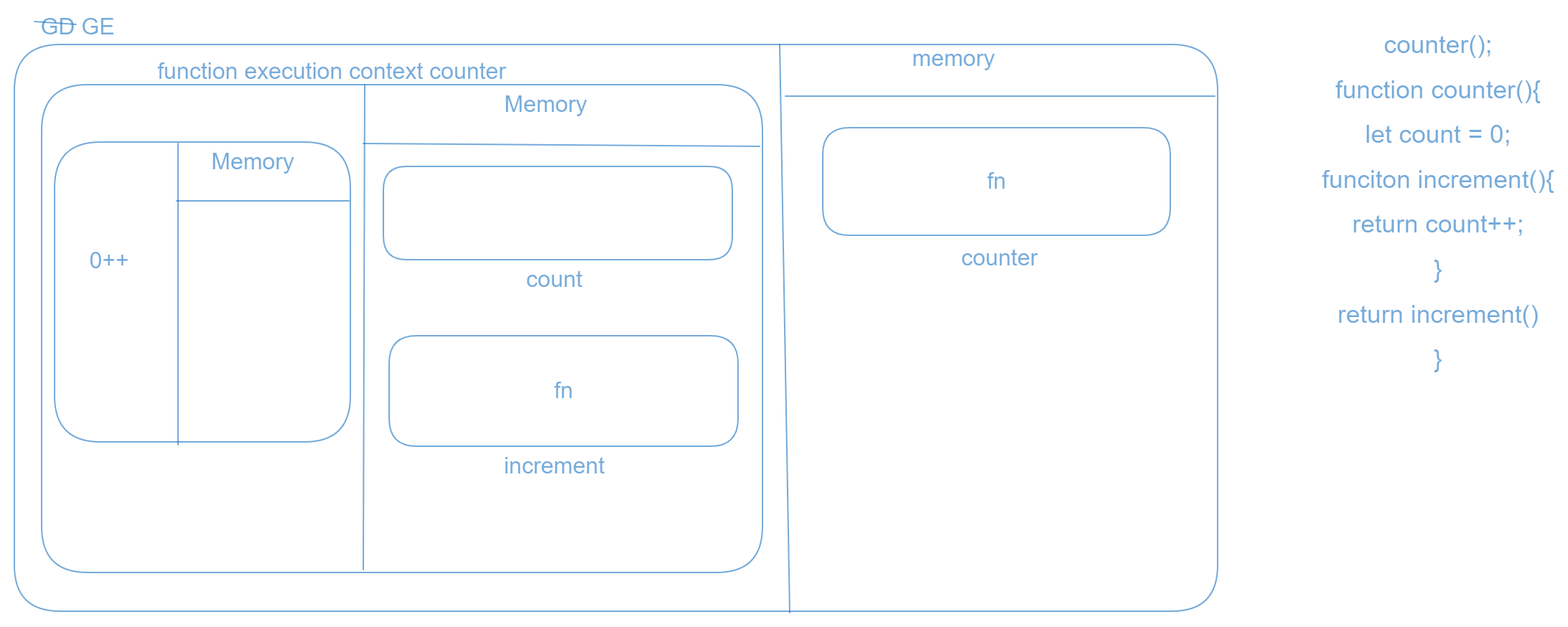
Earlier version of the Excalidraw export block-BJaags/img/hosting 44.png (D804/TA-JS-scope-and-closure-TJaaal). Source tidied: one line per element, renumbered; positions are measured from the earlier drawing's top-left corner, leaving out a move shared by most shapes.
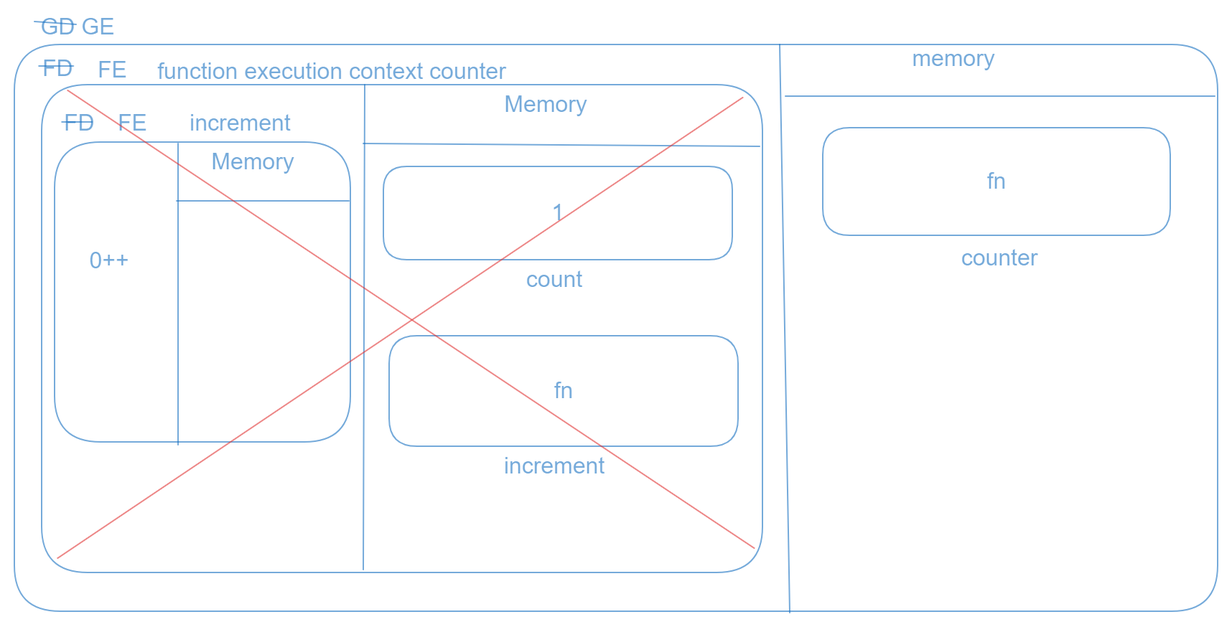
After the commit.

Commit message:
update scope and hosting

Change to the diagram source:
```diff
@@ -1,11 +1,3 @@
-{"id": 0, "type": "text", "text": "counter();", "strokeColor": "#1971c2", "strokeWidth": 1, "roughness": 0, "opacity": 60, "fontSize": 17.64, "fontFamily": 2, "textAlign": "center", "x": 954, "y": 11, "width": 75, "height": 20}
-{"id": 1, "type": "text", "text": "function counter(){", "strokeColor": "#1971c2", "strokeWidth": 1, "roughness": 0, "opacity": 60, "fontSize": 17.64, "fontFamily": 2, "textAlign": "center", "x": 920, "y": 42, "width": 143, "height": 20}
-{"id": 2, "type": "text", "text": "let count = 0;", "strokeColor": "#1971c2", "strokeWidth": 1, "roughness": 0, "opacity": 60, "fontSize": 17.64, "fontFamily": 2, "textAlign": "center", "x": 941, "y": 74, "width": 101, "height": 20}
-{"id": 3, "type": "text", "text": "funciton increment(){", "strokeColor": "#1971c2", "strokeWidth": 1, "roughness": 0, "opacity": 60, "fontSize": 17.64, "fontFamily": 2, "textAlign": "center", "x": 911, "y": 105, "width": 162, "height": 20}
-{"id": 4, "type": "text", "text": "return count++;", "strokeColor": "#1971c2", "strokeWidth": 1, "roughness": 0, "opacity": 60, "fontSize": 17.64, "fontFamily": 2, "textAlign": "center", "x": 932, "y": 136, "width": 120, "height": 20}
-{"id": 5, "type": "text", "text": "}", "strokeColor": "#1971c2", "strokeWidth": 1, "roughness": 0, "opacity": 60, "fontSize": 17.64, "fontFamily": 2, "textAlign": "center", "x": 989, "y": 168, "width": 6, "height": 20}
-{"id": 6, "type": "text", "text": "return increment()", "strokeColor": "#1971c2", "strokeWidth": 1, "roughness": 0, "opacity": 60, "fontSize": 17.64, "fontFamily": 2, "textAlign": "center", "x": 921, "y": 199, "width": 140, "height": 20}
-{"id": 7, "type": "text", "text": "}", "strokeColor": "#1971c2", "strokeWidth": 1, "roughness": 0, "opacity": 60, "fontSize": 17.64, "fontFamily": 2, "textAlign": "center", "x": 989, "y": 230, "width": 6, "height": 20}
 {"id": 8, "type": "rectangle", "strokeColor": "#1971c2", "strokeWidth": 1, "roughness": 0, "opacity": 60, "round": true, "x": 0, "y": 21, "width": 838, "height": 395}
 {"id": 9, "type": "line", "strokeColor": "#1971c2", "strokeWidth": 1, "roughness": 0, "opacity": 60, "round": true, "x": 533, "y": 21, "width": 7, "height": 396, "points": [[0, 0], [7, 396]]}
 {"id": 10, "type": "line", "strokeColor": "#1971c2", "strokeWidth": 1, "roughness": 0, "opacity": 60, "round": true, "x": 537, "y": 57, "width": 299, "height": 0, "points": [[0, 0], [299, 0]]}
@@ -18,6 +10,7 @@
 {"id": 17, "type": "line", "strokeColor": "#1971c2", "strokeWidth": 1, "roughness": 0, "opacity": 60, "round": true, "x": 243, "y": 90, "width": 276, "height": 2, "points": [[0, 0], [276, 2]]}
 {"id": 18, "type": "text", "text": "Memory", "strokeColor": "#1971c2", "strokeWidth": 1, "roughness": 0, "opacity": 60, "fontSize": 16, "fontFamily": 2, "textAlign": "center", "x": 341, "y": 54, "width": 58, "height": 18}
 {"id": 19, "type": "rectangle", "strokeColor": "#1971c2", "strokeWidth": 1, "roughness": 0, "opacity": 60, "round": true, "x": 257, "y": 106, "width": 243, "height": 65}
+{"id": 32, "type": "text", "text": "1", "strokeColor": "#1971c2", "backgroundColor": "#a5d8ff", "fillStyle": "cross-hatch", "strokeWidth": 1, "roughness": 0, "opacity": 60, "fontSize": 16, "fontFamily": 2, "textAlign": "center", "verticalAlign": "middle", "inside": 19, "x": 374, "y": 129, "width": 9, "height": 18}
 {"id": 20, "type": "text", "text": "count", "strokeColor": "#1971c2", "strokeWidth": 1, "roughness": 0, "opacity": 60, "fontSize": 16, "fontFamily": 2, "textAlign": "center", "x": 356, "y": 176, "width": 39, "height": 18}
 {"id": 21, "type": "rectangle", "strokeColor": "#1971c2", "strokeWidth": 1, "roughness": 0, "opacity": 60, "round": true, "x": 261, "y": 224, "width": 243, "height": 77}
 {"id": 22, "type": "text", "text": "fn", "strokeColor": "#1971c2", "strokeWidth": 1, "roughness": 0, "opacity": 60, "fontSize": 16, "fontFamily": 2, "textAlign": "center", "verticalAlign": "middle", "inside": 21, "x": 376, "y": 253, "width": 13, "height": 18}
@@ -30,3 +23,12 @@
 {"id": 29, "type": "text", "text": "GD GE", "strokeColor": "#1971c2", "strokeWidth": 1, "roughness": 0, "opacity": 60, "fontSize": 16, "fontFamily": 2, "textAlign": "center", "x": 18, "y": 0, "width": 52, "height": 18}
 {"id": 30, "type": "line", "strokeColor": "#1971c2", "strokeWidth": 1, "roughness": 0, "opacity": 60, "round": true, "x": 14, "y": 5, "width": 29, "height": 2, "points": [[0, 0], [29, 2]]}
 {"id": 31, "type": "text", "text": "function execution context counter", "strokeColor": "#1971c2", "strokeWidth": 1, "roughness": 0, "opacity": 60, "fontSize": 16, "fontFamily": 2, "textAlign": "center", "x": 100, "y": 31, "width": 243, "height": 18}
+{"id": 33, "type": "text", "text": "increment", "strokeColor": "#1971c2", "backgroundColor": "#a5d8ff", "fillStyle": "cross-hatch", "strokeWidth": 1, "roughness": 0, "opacity": 60, "fontSize": 16, "fontFamily": 2, "textAlign": "center", "x": 122, "y": 67, "width": 70, "height": 18}
+{"id": 34, "type": "text", "text": "FD", "strokeColor": "#1971c2", "backgroundColor": "#a5d8ff", "fillStyle": "cross-hatch", "strokeWidth": 1, "roughness": 0, "opacity": 60, "fontSize": 16, "fontFamily": 2, "textAlign": "center", "x": 20, "y": 29, "width": 21, "height": 18}
+{"id": 35, "type": "line", "strokeColor": "#1971c2", "backgroundColor": "#a5d8ff", "fillStyle": "cross-hatch", "strokeWidth": 1, "roughness": 0, "opacity": 60, "round": true, "x": 17, "y": 36, "width": 24, "height": 0, "points": [[0, 0], [24, 0]]}
+{"id": 36, "type": "text", "text": "FE", "strokeColor": "#1971c2", "backgroundColor": "#a5d8ff", "fillStyle": "cross-hatch", "strokeWidth": 1, "roughness": 0, "opacity": 60, "fontSize": 16, "fontFamily": 2, "textAlign": "center", "x": 58, "y": 30, "width": 20, "height": 18}
+{"id": 37, "type": "text", "text": "FD", "strokeColor": "#1971c2", "backgroundColor": "#a5d8ff", "fillStyle": "cross-hatch", "strokeWidth": 1, "roughness": 0, "opacity": 60, "fontSize": 16, "fontFamily": 2, "textAlign": "center", "x": 35, "y": 67, "width": 21, "height": 18}
+{"id": 38, "type": "line", "strokeColor": "#1971c2", "backgroundColor": "#a5d8ff", "fillStyle": "cross-hatch", "strokeWidth": 1, "roughness": 0, "opacity": 60, "round": true, "x": 33, "y": 75, "width": 21, "height": 0, "points": [[0, 0], [21, 0]]}
+{"id": 39, "type": "text", "text": "FE", "strokeColor": "#1971c2", "backgroundColor": "#a5d8ff", "fillStyle": "cross-hatch", "strokeWidth": 1, "roughness": 0, "opacity": 60, "fontSize": 16, "fontFamily": 2, "textAlign": "center", "x": 72, "y": 67, "width": 20, "height": 18}
+{"id": 40, "type": "line", "strokeColor": "#e03131", "backgroundColor": "#a5d8ff", "fillStyle": "cross-hatch", "strokeWidth": 1, "roughness": 0, "opacity": 60, "round": true, "x": 30, "y": 379, "width": 477, "height": 321, "points": [[0, 0], [477, -321]]}
+{"id": 41, "type": "line", "strokeColor": "#e03131", "backgroundColor": "#a5d8ff", "fillStyle": "cross-hatch", "strokeWidth": 1, "roughness": 0, "opacity": 60, "round": true, "x": 37, "y": 53, "width": 478, "height": 319, "points": [[0, 0], [478, 319]]}
```
